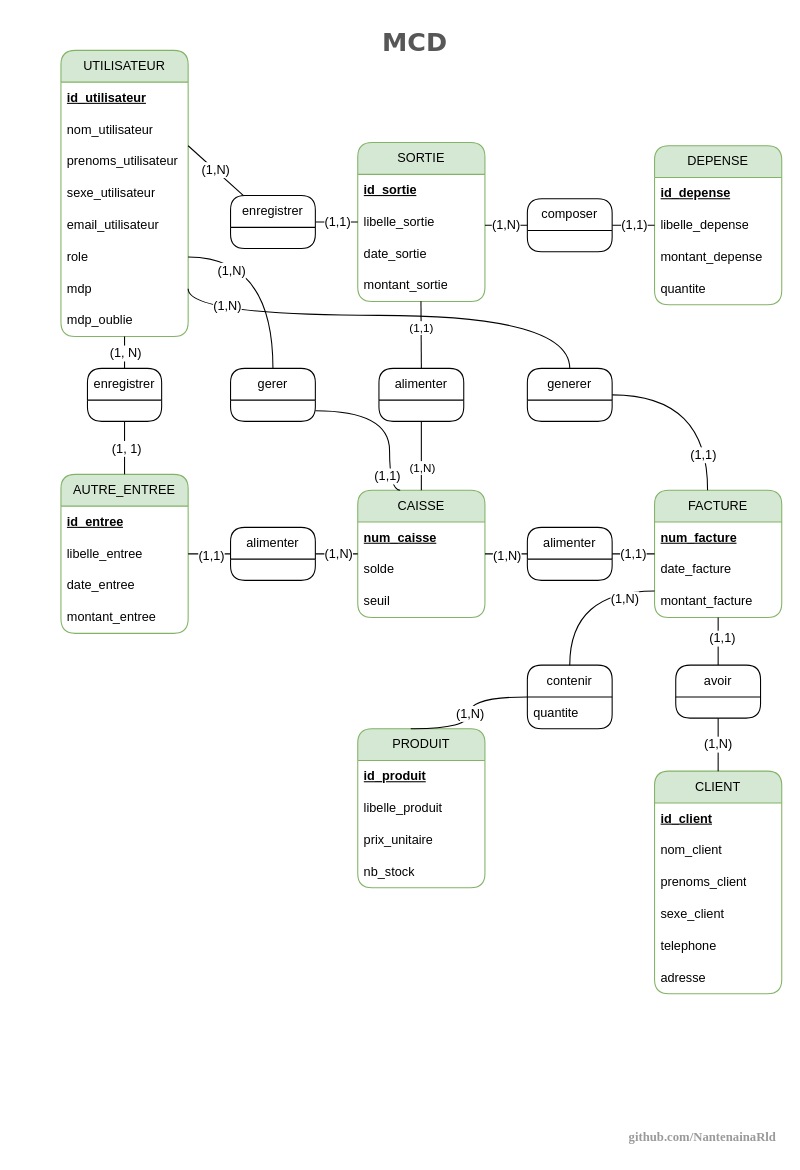
Above: page "Page-1" (2 of 5) of public/documents/flux_mcd_mld_mct_mot.drawio in NantenainaRld/www-faktiora-mg (draw.io), before the change. Source tidied: cells renumbered, new cells numbered last; positions are measured from the earlier drawing's top-left corner, leaving out a move shared by most shapes. Both pictures are drawn from the tidied source at 106%, with x=0, y=0 at pixel (60, 18).
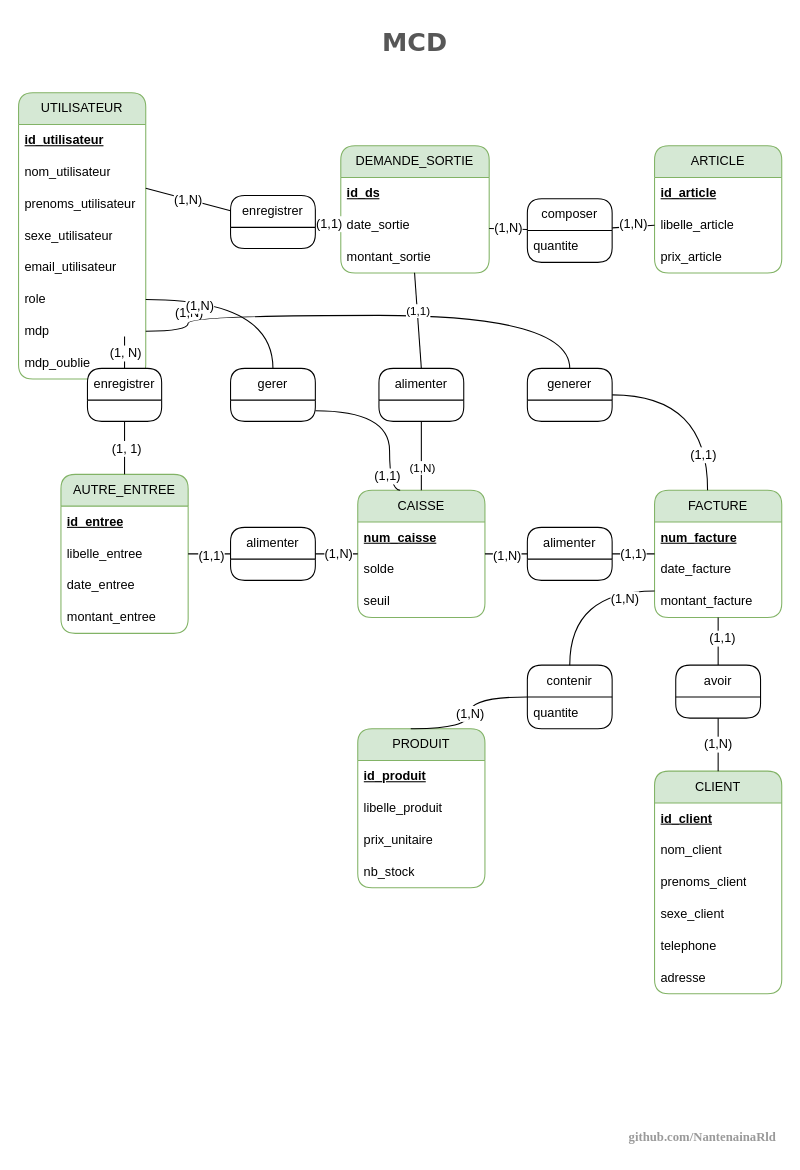
The same diagram, later.

Unchanged cells that the change refers to:
```xml
<mxCell id="28" value="enregistrer" style="swimlane;fontStyle=0;horizontal=1;startSize=30;whiteSpace=wrap;html=1;swimlaneFillColor=none;rounded=1;" parent="1" vertex="1">
  <mxGeometry x="160" y="167" width="80" height="50" as="geometry" />
</mxCell>
<mxCell id="36" style="edgeStyle=none;curved=1;rounded=1;jettySize=auto;html=1;entryX=0;entryY=0.5;entryDx=0;entryDy=0;fontSize=12;startSize=8;endSize=8;endArrow=none;endFill=0;" parent="1" edge="1" source="38" target="33">
  <mxGeometry relative="1" as="geometry" />
</mxCell>
```

What changed in the source:
```diff
@@
     <mxCell id="2" value="UTILISATEUR" style="swimlane;fontStyle=0;horizontal=1;startSize=30;whiteSpace=wrap;html=1;swimlaneFillColor=none;fillColor=#d5e8d4;strokeColor=#82b366;rounded=1;" parent="1" vertex="1">
-      <mxGeometry y="30" width="120" height="270" as="geometry" />
+      <mxGeometry x="-40" y="70" width="120" height="270" as="geometry" />
     </mxCell>
@@
-    <mxCell id="21" value="SORTIE" style="swimlane;fontStyle=0;horizontal=1;startSize=30;whiteSpace=wrap;html=1;swimlaneFillColor=none;fillColor=#d5e8d4;strokeColor=#82b366;rounded=1;" parent="1" vertex="1">
-      <mxGeometry x="280" y="117" width="120" height="150" as="geometry" />
+    <mxCell id="21" value="DEMANDE_SORTIE" style="swimlane;fontStyle=0;horizontal=1;startSize=30;whiteSpace=wrap;html=1;swimlaneFillColor=none;fillColor=#d5e8d4;strokeColor=#82b366;rounded=1;" parent="1" vertex="1">
+      <mxGeometry x="264" y="120" width="140" height="120" as="geometry" />
     </mxCell>
-    <mxCell id="22" value="&lt;b&gt;&lt;u&gt;id_sortie&lt;/u&gt;&lt;/b&gt;" style="text;strokeColor=none;fillColor=none;align=left;verticalAlign=middle;spacingLeft=4;spacingRight=4;overflow=hidden;whiteSpace=wrap;html=1;rounded=1;" parent="21" vertex="1">
-      <mxGeometry y="30" width="120" height="30" as="geometry" />
+    <mxCell id="22" value="&lt;b&gt;&lt;u&gt;id_ds&lt;/u&gt;&lt;/b&gt;" style="text;strokeColor=none;fillColor=none;align=left;verticalAlign=middle;spacingLeft=4;spacingRight=4;overflow=hidden;whiteSpace=wrap;html=1;rounded=1;" parent="21" vertex="1">
+      <mxGeometry y="30" width="140" height="30" as="geometry" />
     </mxCell>
-    <mxCell id="23" value="libelle_sortie" style="text;strokeColor=none;fillColor=none;align=left;verticalAlign=middle;spacingLeft=4;spacingRight=4;overflow=hidden;points=[[0,0.5],[1,0.5]];portConstraint=eastwest;whiteSpace=wrap;html=1;rounded=1;" parent="21" vertex="1">
-      <mxGeometry y="60" width="120" height="30" as="geometry" />
-    </mxCell>
     <mxCell id="24" value="date_sortie" style="text;strokeColor=none;fillColor=none;align=left;verticalAlign=middle;spacingLeft=4;spacingRight=4;overflow=hidden;whiteSpace=wrap;html=1;rounded=1;" parent="21" vertex="1">
-      <mxGeometry y="90" width="120" height="30" as="geometry" />
+      <mxGeometry y="60" width="140" height="30" as="geometry" />
     </mxCell>
     <mxCell id="25" value="montant_sortie" style="text;strokeColor=none;fillColor=none;align=left;verticalAlign=middle;spacingLeft=4;spacingRight=4;overflow=hidden;points=[[0,0.5],[1,0.5]];portConstraint=eastwest;whiteSpace=wrap;html=1;rounded=1;" parent="21" vertex="1">
-      <mxGeometry y="120" width="120" height="30" as="geometry" />
+      <mxGeometry y="90" width="140" height="30" as="geometry" />
     </mxCell>
-    <mxCell id="26" style="edgeStyle=none;curved=1;rounded=1;jettySize=auto;html=1;entryX=0;entryY=0.5;entryDx=0;entryDy=0;fontSize=12;startSize=8;endSize=8;endArrow=none;endFill=0;" parent="1" edge="1" source="28" target="23">
-      <mxGeometry relative="1" as="geometry" />
+    <mxCell id="26" style="edgeStyle=none;curved=1;rounded=1;jettySize=auto;html=1;entryX=0;entryY=0.5;entryDx=0;entryDy=0;fontSize=12;startSize=8;endSize=8;endArrow=none;endFill=0;" parent="1" edge="1" source="28">
+      <mxGeometry relative="1" as="geometry">
+        <mxPoint x="264" y="195" as="targetPoint" />
+      </mxGeometry>
     </mxCell>
@@
-    <mxCell id="31" value="DEPENSE" style="swimlane;fontStyle=0;horizontal=1;startSize=30;whiteSpace=wrap;html=1;swimlaneFillColor=none;fillColor=#d5e8d4;strokeColor=#82b366;rounded=1;" parent="1" vertex="1">
-      <mxGeometry x="560" y="120" width="120" height="150" as="geometry" />
+    <mxCell id="31" value="ARTICLE" style="swimlane;fontStyle=0;horizontal=1;startSize=30;whiteSpace=wrap;html=1;swimlaneFillColor=none;fillColor=#d5e8d4;strokeColor=#82b366;rounded=1;" parent="1" vertex="1">
+      <mxGeometry x="560" y="120" width="120" height="120" as="geometry" />
     </mxCell>
-    <mxCell id="32" value="&lt;b&gt;&lt;u&gt;id_depense&lt;/u&gt;&lt;/b&gt;" style="text;strokeColor=none;fillColor=none;align=left;verticalAlign=middle;spacingLeft=4;spacingRight=4;overflow=hidden;whiteSpace=wrap;html=1;rounded=1;" parent="31" vertex="1">
+    <mxCell id="32" value="&lt;b&gt;&lt;u&gt;id_article&lt;/u&gt;&lt;/b&gt;" style="text;strokeColor=none;fillColor=none;align=left;verticalAlign=middle;spacingLeft=4;spacingRight=4;overflow=hidden;whiteSpace=wrap;html=1;rounded=1;" parent="31" vertex="1">
       <mxGeometry y="30" width="120" height="30" as="geometry" />
     </mxCell>
-    <mxCell id="33" value="libelle_depense" style="text;strokeColor=none;fillColor=none;align=left;verticalAlign=middle;spacingLeft=4;spacingRight=4;overflow=hidden;points=[[0,0.5],[1,0.5]];portConstraint=eastwest;whiteSpace=wrap;html=1;rounded=1;" parent="31" vertex="1">
+    <mxCell id="33" value="libelle_article" style="text;strokeColor=none;fillColor=none;align=left;verticalAlign=middle;spacingLeft=4;spacingRight=4;overflow=hidden;points=[[0,0.5],[1,0.5]];portConstraint=eastwest;whiteSpace=wrap;html=1;rounded=1;" parent="31" vertex="1">
       <mxGeometry y="60" width="120" height="30" as="geometry" />
     </mxCell>
-    <mxCell id="34" value="montant_depense" style="text;strokeColor=none;fillColor=none;align=left;verticalAlign=middle;spacingLeft=4;spacingRight=4;overflow=hidden;whiteSpace=wrap;html=1;rounded=1;" parent="31" vertex="1">
+    <mxCell id="34" value="prix_article" style="text;strokeColor=none;fillColor=none;align=left;verticalAlign=middle;spacingLeft=4;spacingRight=4;overflow=hidden;whiteSpace=wrap;html=1;rounded=1;" parent="31" vertex="1">
       <mxGeometry y="90" width="120" height="30" as="geometry" />
     </mxCell>
-    <mxCell id="35" value="quantite" style="text;strokeColor=none;fillColor=none;align=left;verticalAlign=middle;spacingLeft=4;spacingRight=4;overflow=hidden;whiteSpace=wrap;html=1;rounded=1;" parent="31" vertex="1">
-      <mxGeometry y="120" width="120" height="30" as="geometry" />
-    </mxCell>
@@
-    <mxCell id="37" value="(1,1)" style="edgeLabel;html=1;align=center;verticalAlign=middle;fontSize=12;rounded=1;" parent="36" vertex="1">
-      <mxGeometry x="0.02" y="1" relative="1" as="geometry" />
+    <mxCell id="37" value="(1,N)" style="edgeLabel;html=1;align=center;verticalAlign=middle;fontSize=12;rounded=1;" parent="36" vertex="1">
+      <mxGeometry x="0.02" y="1" relative="1" as="geometry">
+        <mxPoint y="-2" as="offset" />
+      </mxGeometry>
     </mxCell>
     <mxCell id="38" value="composer" style="swimlane;fontStyle=0;horizontal=1;startSize=30;whiteSpace=wrap;html=1;swimlaneFillColor=none;rounded=1;" parent="1" vertex="1">
-      <mxGeometry x="440" y="170" width="80" height="50" as="geometry" />
+      <mxGeometry x="440" y="170" width="80" height="60" as="geometry" />
     </mxCell>
+    <mxCell id="35" value="quantite" style="text;strokeColor=none;fillColor=none;align=left;verticalAlign=middle;spacingLeft=4;spacingRight=4;overflow=hidden;whiteSpace=wrap;html=1;rounded=1;" parent="38" vertex="1">
+      <mxGeometry y="30" width="80" height="30" as="geometry" />
+    </mxCell>
-    <mxCell id="39" value="(1,N)" style="edgeStyle=none;curved=1;rounded=1;jettySize=auto;html=1;entryX=1;entryY=0.6;entryDx=0;entryDy=0;entryPerimeter=0;fontSize=12;startSize=8;endSize=8;endArrow=none;endFill=0;" parent="1" edge="1" source="38" target="23">
-      <mxGeometry relative="1" as="geometry" />
+    <mxCell id="39" value="(1,N)" style="edgeStyle=none;curved=1;rounded=1;jettySize=auto;html=1;entryX=1;entryY=0.6;entryDx=0;entryDy=0;entryPerimeter=0;fontSize=12;startSize=8;endSize=8;endArrow=none;endFill=0;" parent="1" edge="1" source="38">
+      <mxGeometry relative="1" as="geometry">
+        <mxPoint x="404" y="198" as="targetPoint" />
+      </mxGeometry>
     </mxCell>
```
